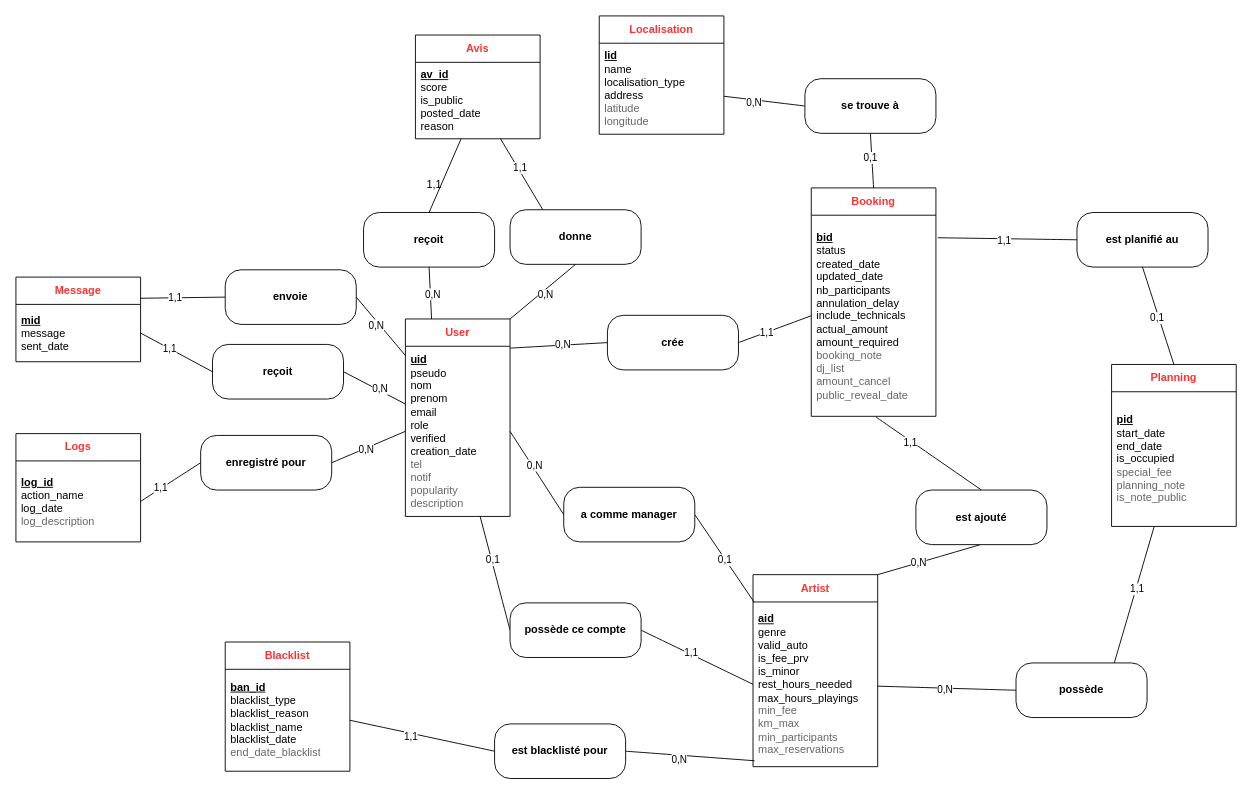
Earlier version of the draw.io diagram Annexe/MCD_MLD/MCD.drawio (lucasdjt/booktondj). Source tidied: cells renumbered, new cells numbered last; positions are measured from the earlier drawing's top-left corner, leaving out a move shared by most shapes. Both pictures are drawn from the tidied source at 91%, with x=0, y=0 at pixel (15, 15).
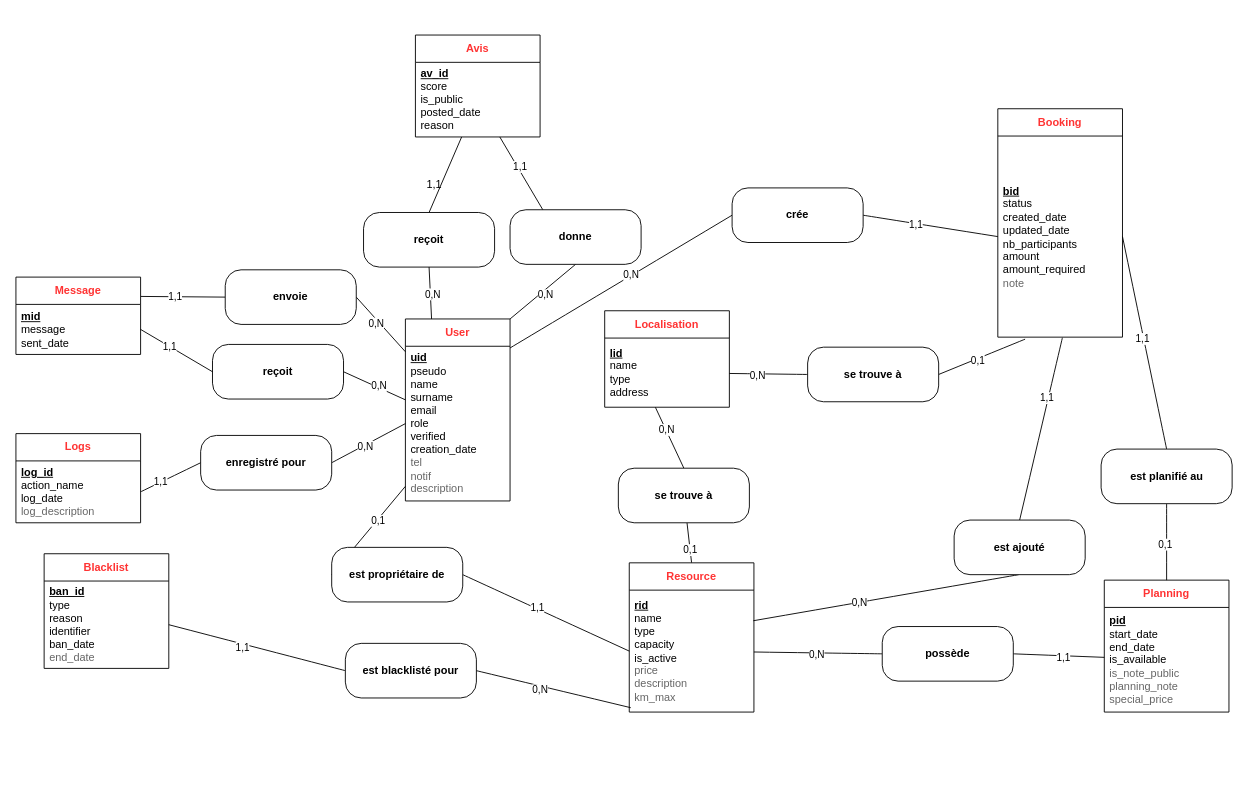
After the change.

Change to the diagram source:
```diff
@@
     <mxCell id="4" value="&lt;b&gt;&lt;font style=&quot;color: rgb(255, 51, 51);&quot;&gt;User&lt;/font&gt;&lt;/b&gt;" style="swimlane;fontStyle=0;horizontal=1;startSize=30;whiteSpace=wrap;html=1;" parent="1" vertex="1">
-      <mxGeometry x="428" y="333" width="115" height="217" as="geometry" />
+      <mxGeometry x="428" y="333" width="115" height="200" as="geometry" />
     </mxCell>
-    <mxCell id="5" value="&lt;b&gt;&lt;u&gt;uid&lt;/u&gt;&lt;/b&gt;&lt;div&gt;pseudo&lt;/div&gt;&lt;div&gt;nom&lt;/div&gt;&lt;div&gt;prenom&lt;/div&gt;&lt;div&gt;email&lt;/div&gt;&lt;div&gt;role&lt;/div&gt;&lt;div&gt;verified&lt;/div&gt;&lt;div&gt;creation_date&lt;/div&gt;&lt;div&gt;&lt;font style=&quot;color: rgb(102, 102, 102);&quot;&gt;tel&lt;/font&gt;&lt;/div&gt;&lt;div&gt;&lt;font style=&quot;color: rgb(102, 102, 102);&quot;&gt;notif&lt;/font&gt;&lt;/div&gt;&lt;div&gt;&lt;font style=&quot;color: rgb(102, 102, 102);&quot;&gt;popularity&lt;/font&gt;&lt;/div&gt;&lt;div&gt;&lt;font style=&quot;color: rgb(102, 102, 102);&quot;&gt;description&lt;/font&gt;&lt;/div&gt;" style="text;strokeColor=none;fillColor=none;align=left;verticalAlign=middle;spacingLeft=4;spacingRight=4;overflow=hidden;points=[[0,0.5],[1,0.5]];portConstraint=eastwest;whiteSpace=wrap;html=1;" parent="4" vertex="1">
-      <mxGeometry y="30" width="115" height="187" as="geometry" />
+    <mxCell id="5" value="&lt;b&gt;&lt;u&gt;uid&lt;/u&gt;&lt;/b&gt;&lt;div&gt;pseudo&lt;/div&gt;&lt;div&gt;name&lt;/div&gt;&lt;div&gt;surname&lt;/div&gt;&lt;div&gt;email&lt;/div&gt;&lt;div&gt;role&lt;/div&gt;&lt;div&gt;verified&lt;/div&gt;&lt;div&gt;creation_date&lt;/div&gt;&lt;div&gt;&lt;font style=&quot;color: rgb(102, 102, 102);&quot;&gt;tel&lt;/font&gt;&lt;/div&gt;&lt;div&gt;&lt;font style=&quot;color: rgb(102, 102, 102);&quot;&gt;notif&lt;/font&gt;&lt;/div&gt;&lt;div&gt;&lt;font style=&quot;color: rgb(102, 102, 102);&quot;&gt;description&lt;/font&gt;&lt;/div&gt;" style="text;strokeColor=none;fillColor=none;align=left;verticalAlign=middle;spacingLeft=4;spacingRight=4;overflow=hidden;points=[[0,0.5],[1,0.5]];portConstraint=eastwest;whiteSpace=wrap;html=1;" parent="4" vertex="1">
+      <mxGeometry y="30" width="115" height="170" as="geometry" />
     </mxCell>
+    <mxCell id="85" style="rounded=0;jettySize=auto;html=1;exitX=0.5;exitY=0;exitDx=0;exitDy=0;endArrow=none;endFill=0;" parent="1" edge="1" source="6" target="87">
+      <mxGeometry relative="1" as="geometry" />
+    </mxCell>
+    <mxCell id="49" value="0,1" style="edgeLabel;html=1;align=center;verticalAlign=middle;" parent="85" vertex="1">
+      <mxGeometry x="-0.32" relative="1" as="geometry" />
+    </mxCell>
-    <mxCell id="6" value="&lt;b&gt;&lt;font style=&quot;color: rgb(255, 51, 51);&quot;&gt;Artist&lt;/font&gt;&lt;/b&gt;" style="swimlane;fontStyle=0;horizontal=1;startSize=30;whiteSpace=wrap;html=1;" parent="1" vertex="1">
-      <mxGeometry x="810" y="614" width="137" height="211" as="geometry" />
+    <mxCell id="6" value="&lt;b&gt;&lt;font style=&quot;color: rgb(255, 51, 51);&quot;&gt;Resource&lt;/font&gt;&lt;/b&gt;" style="swimlane;fontStyle=0;horizontal=1;startSize=30;whiteSpace=wrap;html=1;" parent="1" vertex="1">
+      <mxGeometry x="674" y="601" width="137" height="164" as="geometry" />
     </mxCell>
-    <mxCell id="7" value="&lt;b&gt;&lt;u&gt;aid&lt;/u&gt;&lt;/b&gt;&lt;div&gt;&lt;div&gt;genre&lt;/div&gt;&lt;div&gt;valid_auto&lt;/div&gt;&lt;div&gt;is_fee_prv&lt;/div&gt;&lt;div&gt;is_minor&lt;/div&gt;&lt;div&gt;rest_hours_needed&lt;/div&gt;&lt;div&gt;max_hours_playings&lt;/div&gt;&lt;div&gt;&lt;font color=&quot;#666666&quot;&gt;min_fee&lt;/font&gt;&lt;/div&gt;&lt;div&gt;&lt;font color=&quot;#666666&quot;&gt;km_max&lt;/font&gt;&lt;/div&gt;&lt;div&gt;&lt;font color=&quot;#666666&quot;&gt;min_participants&lt;/font&gt;&lt;/div&gt;&lt;div&gt;&lt;span style=&quot;color: light-dark(rgb(102, 102, 102), rgb(149, 149, 149)); background-color: transparent;&quot;&gt;max_reservations&lt;/span&gt;&lt;/div&gt;&lt;/div&gt;" style="text;strokeColor=none;fillColor=none;align=left;verticalAlign=middle;spacingLeft=4;spacingRight=4;overflow=hidden;points=[[0,0.5],[1,0.5]];portConstraint=eastwest;whiteSpace=wrap;html=1;" parent="6" vertex="1">
-      <mxGeometry y="30" width="137" height="181" as="geometry" />
+    <mxCell id="7" value="&lt;b&gt;&lt;u&gt;rid&lt;/u&gt;&lt;/b&gt;&lt;div&gt;&lt;div&gt;name&lt;/div&gt;&lt;div&gt;type&lt;/div&gt;&lt;div&gt;capacity&lt;/div&gt;&lt;div&gt;is_active&lt;/div&gt;&lt;div&gt;&lt;font color=&quot;#666666&quot;&gt;price&lt;/font&gt;&lt;/div&gt;&lt;div&gt;&lt;font color=&quot;#666666&quot;&gt;description&lt;/font&gt;&lt;/div&gt;&lt;div&gt;&lt;font color=&quot;#666666&quot;&gt;km_max&lt;/font&gt;&lt;/div&gt;&lt;/div&gt;" style="text;strokeColor=none;fillColor=none;align=left;verticalAlign=middle;spacingLeft=4;spacingRight=4;overflow=hidden;points=[[0,0.5],[1,0.5]];portConstraint=eastwest;whiteSpace=wrap;html=1;" parent="6" vertex="1">
+      <mxGeometry y="30" width="137" height="134" as="geometry" />
     </mxCell>
     <mxCell id="8" value="&lt;b&gt;&lt;font style=&quot;color: rgb(255, 51, 51);&quot;&gt;Planning&lt;/font&gt;&lt;/b&gt;" style="swimlane;fontStyle=0;horizontal=1;startSize=30;whiteSpace=wrap;html=1;" parent="1" vertex="1">
-      <mxGeometry x="1204" y="383" width="137" height="178" as="geometry" />
+      <mxGeometry x="1196" y="620" width="137" height="145" as="geometry" />
     </mxCell>
-    <mxCell id="9" value="&lt;b&gt;&lt;u&gt;pid&lt;/u&gt;&lt;/b&gt;&lt;div&gt;&lt;div&gt;start_date&lt;/div&gt;&lt;div&gt;end_date&lt;/div&gt;&lt;div&gt;is_occupied&lt;/div&gt;&lt;div&gt;&lt;font color=&quot;#666666&quot;&gt;special_fee&lt;/font&gt;&lt;/div&gt;&lt;div&gt;&lt;font color=&quot;#666666&quot;&gt;planning_note&lt;/font&gt;&lt;/div&gt;&lt;div&gt;&lt;font color=&quot;#666666&quot;&gt;is_note_public&lt;/font&gt;&lt;/div&gt;&lt;/div&gt;" style="text;strokeColor=none;fillColor=none;align=left;verticalAlign=middle;spacingLeft=4;spacingRight=4;overflow=hidden;points=[[0,0.5],[1,0.5]];portConstraint=eastwest;whiteSpace=wrap;html=1;" parent="8" vertex="1">
-      <mxGeometry y="30" width="137" height="148" as="geometry" />
+    <mxCell id="9" value="&lt;b&gt;&lt;u&gt;pid&lt;/u&gt;&lt;/b&gt;&lt;div&gt;&lt;div&gt;start_date&lt;/div&gt;&lt;div&gt;end_date&lt;/div&gt;&lt;div&gt;is_available&lt;/div&gt;&lt;div&gt;&lt;span style=&quot;color: rgb(102, 102, 102);&quot;&gt;is_note_public&lt;/span&gt;&lt;/div&gt;&lt;div&gt;&lt;font color=&quot;#666666&quot;&gt;planning_note&lt;/font&gt;&lt;/div&gt;&lt;/div&gt;&lt;div&gt;&lt;font color=&quot;#666666&quot;&gt;special_price&lt;/font&gt;&lt;/div&gt;" style="text;strokeColor=none;fillColor=none;align=left;verticalAlign=middle;spacingLeft=4;spacingRight=4;overflow=hidden;points=[[0,0.5],[1,0.5]];portConstraint=eastwest;whiteSpace=wrap;html=1;" parent="8" vertex="1">
+      <mxGeometry y="30" width="137" height="115" as="geometry" />
     </mxCell>
-    <mxCell id="10" style="edgeStyle=none;curved=1;rounded=0;jettySize=auto;html=1;exitX=0.5;exitY=0;exitDx=0;exitDy=0;entryX=0.5;entryY=1;entryDx=0;entryDy=0;fontSize=12;startSize=8;endSize=8;endArrow=none;startFill=0;" parent="1" edge="1" source="12" target="54">
+    <mxCell id="10" style="edgeStyle=none;curved=1;rounded=0;jettySize=auto;html=1;exitX=0.219;exitY=1.01;exitDx=0;exitDy=0;entryX=1;entryY=0.5;entryDx=0;entryDy=0;fontSize=12;startSize=8;endSize=8;endArrow=none;startFill=0;exitPerimeter=0;" parent="1" edge="1" source="13" target="54">
       <mxGeometry relative="1" as="geometry" />
     </mxCell>
@@
     <mxCell id="12" value="&lt;b&gt;&lt;font style=&quot;color: rgb(255, 51, 51);&quot;&gt;Booking&lt;/font&gt;&lt;/b&gt;" style="swimlane;fontStyle=0;horizontal=1;startSize=30;whiteSpace=wrap;html=1;" parent="1" vertex="1">
-      <mxGeometry x="874" y="189" width="137" height="251" as="geometry" />
+      <mxGeometry x="1079" y="102" width="137" height="251" as="geometry" />
     </mxCell>
-    <mxCell id="13" value="&lt;b&gt;&lt;u&gt;bid&lt;/u&gt;&lt;/b&gt;&lt;div&gt;&lt;div&gt;status&lt;/div&gt;&lt;div&gt;created_date&lt;/div&gt;&lt;div&gt;updated_date&lt;/div&gt;&lt;div&gt;nb_participants&lt;/div&gt;&lt;div&gt;annulation_delay&lt;/div&gt;&lt;div&gt;include_technicals&lt;/div&gt;&lt;div&gt;actual_amount&lt;/div&gt;&lt;div&gt;amount_required&lt;/div&gt;&lt;div&gt;&lt;font color=&quot;#666666&quot;&gt;booking_note&lt;/font&gt;&lt;/div&gt;&lt;div&gt;&lt;font color=&quot;#666666&quot;&gt;dj_list&lt;/font&gt;&lt;/div&gt;&lt;div&gt;&lt;span style=&quot;background-color: transparent;&quot;&gt;&lt;div style=&quot;&quot;&gt;&lt;font color=&quot;#666666&quot;&gt;amount_cancel&lt;/font&gt;&lt;/div&gt;&lt;div style=&quot;&quot;&gt;&lt;font color=&quot;#666666&quot;&gt;public_reveal_date&lt;/font&gt;&lt;/div&gt;&lt;/span&gt;&lt;/div&gt;&lt;/div&gt;" style="text;strokeColor=none;fillColor=none;align=left;verticalAlign=middle;spacingLeft=4;spacingRight=4;overflow=hidden;points=[[0,0.5],[1,0.5]];portConstraint=eastwest;whiteSpace=wrap;html=1;" parent="12" vertex="1">
+    <mxCell id="13" value="&lt;b&gt;&lt;u&gt;bid&lt;/u&gt;&lt;/b&gt;&lt;div&gt;&lt;div&gt;status&lt;/div&gt;&lt;div&gt;created_date&lt;/div&gt;&lt;div&gt;updated_date&lt;/div&gt;&lt;div&gt;nb_participants&lt;/div&gt;&lt;div&gt;amount&lt;/div&gt;&lt;div&gt;amount_required&lt;/div&gt;&lt;div&gt;&lt;font color=&quot;#666666&quot;&gt;note&lt;/font&gt;&lt;/div&gt;&lt;/div&gt;" style="text;strokeColor=none;fillColor=none;align=left;verticalAlign=middle;spacingLeft=4;spacingRight=4;overflow=hidden;points=[[0,0.5],[1,0.5]];portConstraint=eastwest;whiteSpace=wrap;html=1;" parent="12" vertex="1">
       <mxGeometry y="30" width="137" height="221" as="geometry" />
     </mxCell>
     <mxCell id="14" value="&lt;b&gt;&lt;font style=&quot;color: rgb(255, 51, 51);&quot;&gt;Localisation&lt;/font&gt;&lt;/b&gt;" style="swimlane;fontStyle=0;horizontal=1;startSize=30;whiteSpace=wrap;html=1;" parent="1" vertex="1">
-      <mxGeometry x="641" width="137" height="130" as="geometry" />
+      <mxGeometry x="647" y="324" width="137" height="106" as="geometry" />
     </mxCell>
-    <mxCell id="15" value="&lt;b&gt;&lt;u&gt;lid&lt;/u&gt;&lt;/b&gt;&lt;div&gt;&lt;div&gt;name&lt;/div&gt;&lt;div&gt;localisation_type&lt;/div&gt;&lt;div&gt;address&lt;/div&gt;&lt;div&gt;&lt;font color=&quot;#666666&quot;&gt;latitude&lt;/font&gt;&lt;/div&gt;&lt;div&gt;&lt;font color=&quot;#666666&quot;&gt;longitude&lt;/font&gt;&lt;/div&gt;&lt;/div&gt;" style="text;strokeColor=none;fillColor=none;align=left;verticalAlign=middle;spacingLeft=4;spacingRight=4;overflow=hidden;points=[[0,0.5],[1,0.5]];portConstraint=eastwest;whiteSpace=wrap;html=1;" parent="14" vertex="1">
-      <mxGeometry y="30" width="137" height="100" as="geometry" />
+    <mxCell id="15" value="&lt;b&gt;&lt;u&gt;lid&lt;/u&gt;&lt;/b&gt;&lt;div&gt;&lt;div&gt;name&lt;/div&gt;&lt;div&gt;type&lt;/div&gt;&lt;div&gt;address&lt;/div&gt;&lt;/div&gt;" style="text;strokeColor=none;fillColor=none;align=left;verticalAlign=middle;spacingLeft=4;spacingRight=4;overflow=hidden;points=[[0,0.5],[1,0.5]];portConstraint=eastwest;whiteSpace=wrap;html=1;" parent="14" vertex="1">
+      <mxGeometry y="30" width="137" height="76" as="geometry" />
     </mxCell>
     <mxCell id="16" value="&lt;b&gt;&lt;font style=&quot;color: rgb(255, 51, 51);&quot;&gt;Blacklist&lt;/font&gt;&lt;/b&gt;" style="swimlane;fontStyle=0;horizontal=1;startSize=30;whiteSpace=wrap;html=1;" parent="1" vertex="1">
-      <mxGeometry x="230" y="688" width="137" height="142" as="geometry" />
+      <mxGeometry x="31" y="591" width="137" height="126" as="geometry" />
     </mxCell>
-    <mxCell id="17" value="&lt;b&gt;&lt;u&gt;ban_id&lt;/u&gt;&lt;/b&gt;&lt;div&gt;&lt;div&gt;blacklist_type&lt;/div&gt;&lt;div&gt;blacklist_reason&lt;/div&gt;&lt;div&gt;blacklist_name&lt;/div&gt;&lt;div&gt;blacklist_date&lt;/div&gt;&lt;div&gt;&lt;font color=&quot;#666666&quot;&gt;end_date_blacklist&lt;br&gt;&lt;/font&gt;&lt;/div&gt;&lt;/div&gt;" style="text;strokeColor=none;fillColor=none;align=left;verticalAlign=middle;spacingLeft=4;spacingRight=4;overflow=hidden;points=[[0,0.5],[1,0.5]];portConstraint=eastwest;whiteSpace=wrap;html=1;" parent="16" vertex="1">
-      <mxGeometry y="30" width="137" height="112" as="geometry" />
+    <mxCell id="17" value="&lt;b&gt;&lt;u&gt;ban_id&lt;/u&gt;&lt;/b&gt;&lt;div&gt;&lt;div&gt;type&lt;/div&gt;&lt;div&gt;reason&lt;/div&gt;&lt;div&gt;identifier&lt;/div&gt;&lt;div&gt;ban_date&lt;/div&gt;&lt;div&gt;&lt;font color=&quot;#666666&quot;&gt;end_date&lt;/font&gt;&lt;/div&gt;&lt;/div&gt;" style="text;strokeColor=none;fillColor=none;align=left;verticalAlign=middle;spacingLeft=4;spacingRight=4;overflow=hidden;points=[[0,0.5],[1,0.5]];portConstraint=eastwest;whiteSpace=wrap;html=1;" parent="16" vertex="1">
+      <mxGeometry y="30" width="137" height="96" as="geometry" />
     </mxCell>
     <mxCell id="18" value="&lt;b&gt;&lt;font style=&quot;color: rgb(255, 51, 51);&quot;&gt;Logs&lt;/font&gt;&lt;/b&gt;" style="swimlane;fontStyle=0;horizontal=1;startSize=30;whiteSpace=wrap;html=1;" parent="1" vertex="1">
-      <mxGeometry y="459" width="137" height="119" as="geometry" />
+      <mxGeometry y="459" width="137" height="98" as="geometry" />
     </mxCell>
     <mxCell id="19" value="&lt;b&gt;&lt;u&gt;log_id&lt;/u&gt;&lt;/b&gt;&lt;div&gt;&lt;span style=&quot;background-color: transparent; color: light-dark(rgb(0, 0, 0), rgb(255, 255, 255));&quot;&gt;action_name&lt;/span&gt;&lt;/div&gt;&lt;div&gt;log_date&lt;/div&gt;&lt;div&gt;&lt;div&gt;&lt;div&gt;&lt;font color=&quot;#666666&quot;&gt;log_description&lt;/font&gt;&lt;/div&gt;&lt;/div&gt;&lt;/div&gt;" style="text;strokeColor=none;fillColor=none;align=left;verticalAlign=middle;spacingLeft=4;spacingRight=4;overflow=hidden;points=[[0,0.5],[1,0.5]];portConstraint=eastwest;whiteSpace=wrap;html=1;" parent="18" vertex="1">
-      <mxGeometry y="30" width="137" height="89" as="geometry" />
+      <mxGeometry y="30" width="137" height="68" as="geometry" />
     </mxCell>
@@
-    <mxCell id="30" style="edgeStyle=none;curved=1;rounded=0;jettySize=auto;html=1;fontSize=12;endArrow=none;startFill=0;entryX=1;entryY=0;entryDx=0;entryDy=0;exitX=0.493;exitY=1;exitDx=0;exitDy=0;exitPerimeter=0;" parent="1" edge="1" source="57" target="6">
+    <mxCell id="30" style="edgeStyle=none;curved=1;rounded=0;jettySize=auto;html=1;fontSize=12;endArrow=none;startFill=0;entryX=0.995;entryY=0.251;entryDx=0;entryDy=0;exitX=0.493;exitY=1;exitDx=0;exitDy=0;exitPerimeter=0;entryPerimeter=0;" parent="1" edge="1" source="57" target="7">
       <mxGeometry relative="1" as="geometry" />
     </mxCell>
@@
-    <mxCell id="40" style="edgeStyle=none;curved=1;rounded=0;jettySize=auto;html=1;exitX=0;exitY=0.5;exitDx=0;exitDy=0;fontSize=12;startSize=8;endSize=8;endArrow=none;startFill=0;entryX=1.015;entryY=0.112;entryDx=0;entryDy=0;entryPerimeter=0;" parent="1" edge="1" source="55" target="13">
+    <mxCell id="40" style="edgeStyle=none;curved=1;rounded=0;jettySize=auto;html=1;exitX=0.5;exitY=0;exitDx=0;exitDy=0;fontSize=12;startSize=8;endSize=8;endArrow=none;startFill=0;entryX=1;entryY=0.5;entryDx=0;entryDy=0;" parent="1" edge="1" source="55" target="13">
       <mxGeometry relative="1" as="geometry" />
     </mxCell>
@@
-    <mxCell id="44" style="edgeStyle=none;curved=1;rounded=0;jettySize=auto;html=1;exitX=0.75;exitY=0;exitDx=0;exitDy=0;fontSize=12;startSize=8;endSize=8;endArrow=none;startFill=0;" parent="1" edge="1" source="56" target="9">
+    <mxCell id="44" style="edgeStyle=none;curved=1;rounded=0;jettySize=auto;html=1;exitX=1;exitY=0.5;exitDx=0;exitDy=0;fontSize=12;startSize=8;endSize=8;endArrow=none;startFill=0;" parent="1" edge="1" source="56" target="9">
       <mxGeometry relative="1" as="geometry" />
     </mxCell>
@@
-    <mxCell id="46" style="edgeStyle=none;curved=1;rounded=0;jettySize=auto;html=1;exitX=1;exitY=0.5;exitDx=0;exitDy=0;entryX=0;entryY=0.5;entryDx=0;entryDy=0;fontSize=12;endArrow=none;startFill=0;" parent="1" edge="1" source="5" target="60">
-      <mxGeometry relative="1" as="geometry" />
-    </mxCell>
-    <mxCell id="47" value="0,N" style="edgeLabel;html=1;align=center;verticalAlign=middle;" parent="46" vertex="1">
-      <mxGeometry x="-0.17" y="2" relative="1" as="geometry" />
-    </mxCell>
-    <mxCell id="48" style="edgeStyle=none;curved=1;rounded=0;jettySize=auto;html=1;exitX=1;exitY=0.5;exitDx=0;exitDy=0;entryX=0.007;entryY=-0.001;entryDx=0;entryDy=0;fontSize=12;endArrow=none;startFill=0;entryPerimeter=0;" parent="1" edge="1" source="60" target="7">
-      <mxGeometry relative="1" as="geometry" />
-    </mxCell>
-    <mxCell id="49" value="0,1" style="edgeLabel;html=1;align=center;verticalAlign=middle;" parent="48" vertex="1">
-      <mxGeometry x="0.02" y="-1" relative="1" as="geometry" />
-    </mxCell>
@@
     <mxCell id="54" value="&lt;b&gt;se trouve à&lt;/b&gt;" style="rounded=1;whiteSpace=wrap;html=1;arcSize=29;" parent="1" vertex="1">
-      <mxGeometry x="867" y="69" width="144" height="60" as="geometry" />
+      <mxGeometry x="870" y="364" width="144" height="60" as="geometry" />
     </mxCell>
     <mxCell id="55" value="&lt;b&gt;est planifié au&lt;/b&gt;" style="rounded=1;whiteSpace=wrap;html=1;arcSize=29;" parent="1" vertex="1">
-      <mxGeometry x="1166" y="216" width="144" height="60" as="geometry" />
+      <mxGeometry x="1192.5" y="476" width="144" height="60" as="geometry" />
     </mxCell>
     <mxCell id="56" value="&lt;b&gt;possède&lt;/b&gt;" style="rounded=1;whiteSpace=wrap;html=1;arcSize=29;" parent="1" vertex="1">
-      <mxGeometry x="1099" y="711" width="144" height="60" as="geometry" />
+      <mxGeometry x="952" y="671" width="144" height="60" as="geometry" />
     </mxCell>
     <mxCell id="57" value="&lt;b&gt;est ajouté&lt;/b&gt;" style="rounded=1;whiteSpace=wrap;html=1;arcSize=29;" parent="1" vertex="1">
-      <mxGeometry x="989" y="521" width="144" height="60" as="geometry" />
+      <mxGeometry x="1031" y="554" width="144" height="60" as="geometry" />
     </mxCell>
     <mxCell id="58" value="&lt;b&gt;est blacklisté pour&lt;/b&gt;" style="rounded=1;whiteSpace=wrap;html=1;arcSize=29;" parent="1" vertex="1">
-      <mxGeometry x="526" y="778" width="144" height="60" as="geometry" />
+      <mxGeometry x="362" y="689.5" width="144" height="60" as="geometry" />
     </mxCell>
-    <mxCell id="59" value="&lt;b&gt;possède ce compte&lt;/b&gt;" style="rounded=1;whiteSpace=wrap;html=1;arcSize=29;" parent="1" vertex="1">
-      <mxGeometry x="543" y="645" width="144" height="60" as="geometry" />
+    <mxCell id="59" value="&lt;b&gt;est propriétaire de&lt;/b&gt;" style="rounded=1;whiteSpace=wrap;html=1;arcSize=29;" parent="1" vertex="1">
+      <mxGeometry x="347" y="584" width="144" height="60" as="geometry" />
     </mxCell>
-    <mxCell id="60" value="&lt;b&gt;a comme manager&lt;/b&gt;" style="rounded=1;whiteSpace=wrap;html=1;arcSize=29;" parent="1" vertex="1">
-      <mxGeometry x="602" y="518" width="144" height="60" as="geometry" />
-    </mxCell>
     <mxCell id="61" value="&lt;b&gt;crée&lt;/b&gt;" style="rounded=1;whiteSpace=wrap;html=1;arcSize=29;" parent="1" vertex="1">
-      <mxGeometry x="650" y="329" width="144" height="60" as="geometry" />
+      <mxGeometry x="787" y="189" width="144" height="60" as="geometry" />
     </mxCell>
@@
     <mxCell id="63" value="&lt;b&gt;&lt;font style=&quot;color: rgb(255, 51, 51);&quot;&gt;Avis&lt;/font&gt;&lt;/b&gt;" style="swimlane;fontStyle=0;horizontal=1;startSize=30;whiteSpace=wrap;html=1;" parent="1" vertex="1">
-      <mxGeometry x="439" y="21" width="137" height="114" as="geometry" />
+      <mxGeometry x="439" y="21" width="137" height="112" as="geometry" />
     </mxCell>
     <mxCell id="64" value="&lt;div&gt;&lt;u&gt;&lt;b&gt;av_id&lt;/b&gt;&lt;/u&gt;&lt;/div&gt;&lt;div&gt;&lt;div&gt;&lt;div&gt;score&lt;/div&gt;&lt;div&gt;is_public&lt;/div&gt;&lt;div&gt;posted_date&lt;/div&gt;&lt;div&gt;reason&lt;/div&gt;&lt;/div&gt;&lt;/div&gt;" style="text;strokeColor=none;fillColor=none;align=left;verticalAlign=middle;spacingLeft=4;spacingRight=4;overflow=hidden;points=[[0,0.5],[1,0.5]];portConstraint=eastwest;whiteSpace=wrap;html=1;" parent="63" vertex="1">
-      <mxGeometry y="30" width="137" height="84" as="geometry" />
+      <mxGeometry y="30" width="137" height="82" as="geometry" />
     </mxCell>
@@
     <mxCell id="67" value="&lt;b&gt;&lt;font style=&quot;color: rgb(255, 51, 51);&quot;&gt;Message&lt;/font&gt;&lt;/b&gt;" style="swimlane;fontStyle=0;horizontal=1;startSize=30;whiteSpace=wrap;html=1;" parent="1" vertex="1">
-      <mxGeometry y="287" width="137" height="93" as="geometry" />
+      <mxGeometry y="287" width="137" height="85" as="geometry" />
     </mxCell>
     <mxCell id="68" value="&lt;div&gt;&lt;u style=&quot;background-color: transparent; color: light-dark(rgb(0, 0, 0), rgb(255, 255, 255));&quot;&gt;&lt;b&gt;mid&lt;/b&gt;&lt;/u&gt;&lt;/div&gt;&lt;div&gt;&lt;div&gt;message&lt;/div&gt;&lt;div&gt;sent_date&lt;/div&gt;&lt;/div&gt;" style="text;strokeColor=none;fillColor=none;align=left;verticalAlign=middle;spacingLeft=4;spacingRight=4;overflow=hidden;points=[[0,0.5],[1,0.5]];portConstraint=eastwest;whiteSpace=wrap;html=1;" parent="67" vertex="1">
-      <mxGeometry y="30" width="137" height="63" as="geometry" />
+      <mxGeometry y="30" width="137" height="55" as="geometry" />
     </mxCell>
@@
+    <mxCell id="86" style="rounded=0;jettySize=auto;html=1;exitX=0.5;exitY=0;exitDx=0;exitDy=0;entryX=0.407;entryY=1.002;entryDx=0;entryDy=0;endArrow=none;endFill=0;entryPerimeter=0;" parent="1" edge="1" source="87" target="15">
+      <mxGeometry relative="1" as="geometry" />
+    </mxCell>
+    <mxCell id="47" value="0,N" style="edgeLabel;html=1;align=center;verticalAlign=middle;" parent="86" vertex="1">
+      <mxGeometry x="0.27" y="1" relative="1" as="geometry">
+        <mxPoint x="1" as="offset" />
+      </mxGeometry>
+    </mxCell>
+    <mxCell id="87" value="&lt;b&gt;se trouve à&lt;/b&gt;" style="rounded=1;whiteSpace=wrap;html=1;arcSize=29;" parent="1" vertex="1">
+      <mxGeometry x="662" y="497" width="144" height="60" as="geometry" />
+    </mxCell>
```
